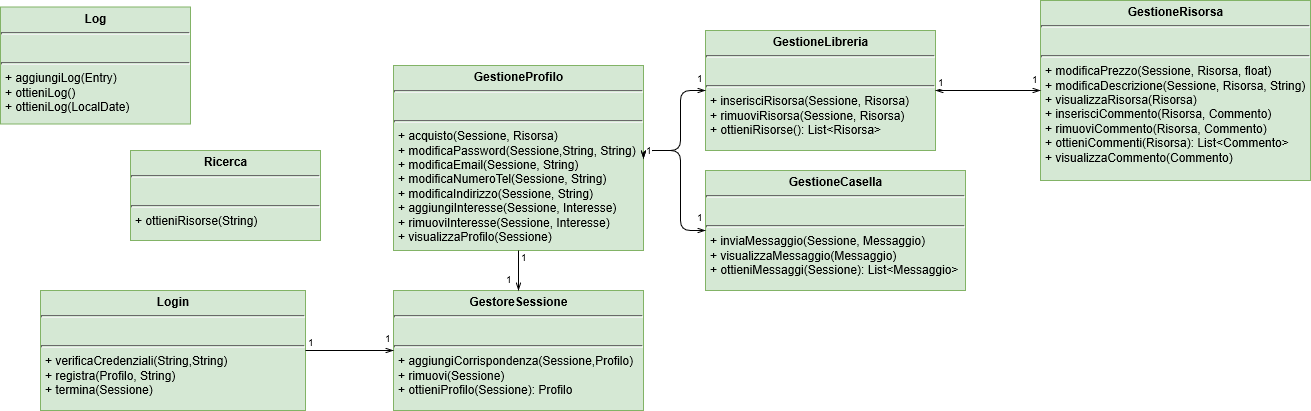
SundavarBlaka/Alexandria keeps this draw.io diagram as Progetto Dettaglio Alexandria/dettaglioServer .png. Above is the earlier version. Source tidied: cells renumbered, new cells last; positions are measured from the earlier drawing's top-left corner, leaving out a move shared by most shapes. Source of this version:
```xml
<mxGraphModel>
  <root>
    <mxCell id="0" />
    <mxCell id="1" parent="0" />
    <mxCell id="2" value="&lt;p style=&quot;margin: 0px ; margin-top: 4px ; text-align: center&quot;&gt;&lt;b&gt;GestioneProfilo&lt;/b&gt;&lt;/p&gt;&lt;hr size=&quot;1&quot;&gt;&lt;p style=&quot;margin: 0px ; margin-left: 4px&quot;&gt;&lt;br&gt;&lt;/p&gt;&lt;hr size=&quot;1&quot;&gt;&lt;p style=&quot;margin: 0px ; margin-left: 4px&quot;&gt;+ acquisto(Sessione, Risorsa)&lt;/p&gt;&lt;p style=&quot;margin: 0px ; margin-left: 4px&quot;&gt;+ modificaPassword(Sessione,String, String)&lt;/p&gt;&lt;p style=&quot;margin: 0px ; margin-left: 4px&quot;&gt;+ modificaEmail(&lt;span&gt;Sessione&lt;/span&gt;, String)&lt;/p&gt;&lt;p style=&quot;margin: 0px ; margin-left: 4px&quot;&gt;+ modificaNumeroTel(&lt;span&gt;Sessione&lt;/span&gt;, String)&lt;/p&gt;&lt;p style=&quot;margin: 0px ; margin-left: 4px&quot;&gt;+ modificaIndirizzo(&lt;span&gt;Sessione&lt;/span&gt;, String)&lt;/p&gt;&lt;p style=&quot;margin: 0px ; margin-left: 4px&quot;&gt;+ aggiungiInteresse(&lt;span&gt;Sessione&lt;/span&gt;, Interesse)&lt;/p&gt;&lt;p style=&quot;margin: 0px ; margin-left: 4px&quot;&gt;+ rimuoviInteresse(&lt;span&gt;Sessione&lt;/span&gt;, Interesse)&lt;/p&gt;&lt;p style=&quot;margin: 0px ; margin-left: 4px&quot;&gt;+ visualizzaProfilo(&lt;span&gt;Sessione&lt;/span&gt;)&lt;/p&gt;" style="verticalAlign=top;align=left;overflow=fill;fontSize=12;fontFamily=Helvetica;html=1;fillColor=#d5e8d4;strokeColor=#82b366;" parent="1" vertex="1">
      <mxGeometry x="393" y="65" width="250" height="185" as="geometry" />
    </mxCell>
    <mxCell id="3" value="&lt;p style=&quot;margin: 0px ; margin-top: 4px ; text-align: center&quot;&gt;&lt;b&gt;GestioneLibreria&lt;/b&gt;&lt;/p&gt;&lt;hr size=&quot;1&quot;&gt;&lt;p style=&quot;margin: 0px ; margin-left: 4px&quot;&gt;&lt;br&gt;&lt;/p&gt;&lt;hr size=&quot;1&quot;&gt;&lt;p style=&quot;margin: 0px ; margin-left: 4px&quot;&gt;+ inserisciRisorsa(&lt;span&gt;Sessione&lt;/span&gt;, Risorsa)&lt;/p&gt;&lt;p style=&quot;margin: 0px ; margin-left: 4px&quot;&gt;+ rimuoviRisorsa(&lt;span&gt;Sessione&lt;/span&gt;, Risorsa)&lt;/p&gt;&lt;p style=&quot;margin: 0px ; margin-left: 4px&quot;&gt;+ ottieniRisorse(): List&amp;lt;Risorsa&amp;gt;&lt;/p&gt;" style="verticalAlign=top;align=left;overflow=fill;fontSize=12;fontFamily=Helvetica;html=1;fillColor=#d5e8d4;strokeColor=#82b366;" parent="1" vertex="1">
      <mxGeometry x="705" y="30" width="230" height="120" as="geometry" />
    </mxCell>
    <mxCell id="4" value="&lt;p style=&quot;margin: 0px ; margin-top: 4px ; text-align: center&quot;&gt;&lt;b&gt;GestioneCasella&lt;/b&gt;&lt;/p&gt;&lt;hr size=&quot;1&quot;&gt;&lt;p style=&quot;margin: 0px ; margin-left: 4px&quot;&gt;&lt;br&gt;&lt;/p&gt;&lt;hr size=&quot;1&quot;&gt;&lt;p style=&quot;margin: 0px ; margin-left: 4px&quot;&gt;+ inviaMessaggio(Sessione, Messaggio)&lt;/p&gt;&lt;p style=&quot;margin: 0px ; margin-left: 4px&quot;&gt;+ visualizzaMessaggio(Messaggio)&lt;/p&gt;&lt;p style=&quot;margin: 0px ; margin-left: 4px&quot;&gt;+ ottieniMessaggi(&lt;span&gt;Sessione&lt;/span&gt;): List&amp;lt;Messaggio&amp;gt;&lt;/p&gt;" style="verticalAlign=top;align=left;overflow=fill;fontSize=12;fontFamily=Helvetica;html=1;fillColor=#d5e8d4;strokeColor=#82b366;" parent="1" vertex="1">
      <mxGeometry x="705" y="170" width="260" height="120" as="geometry" />
    </mxCell>
    <mxCell id="5" value="&lt;p style=&quot;margin: 0px ; margin-top: 4px ; text-align: center&quot;&gt;&lt;b&gt;GestioneRisorsa&lt;/b&gt;&lt;/p&gt;&lt;hr size=&quot;1&quot;&gt;&lt;p style=&quot;margin: 0px ; margin-left: 4px&quot;&gt;&lt;br&gt;&lt;/p&gt;&lt;hr size=&quot;1&quot;&gt;&lt;p style=&quot;margin: 0px ; margin-left: 4px&quot;&gt;+ modificaPrezzo(&lt;span&gt;Sessione&lt;/span&gt;, Risorsa, float)&lt;/p&gt;&lt;p style=&quot;margin: 0px ; margin-left: 4px&quot;&gt;+ modificaDescrizione(&lt;span&gt;Sessione&lt;/span&gt;, Risorsa, String)&lt;/p&gt;&lt;p style=&quot;margin: 0px ; margin-left: 4px&quot;&gt;+ visualizzaRisorsa(Risorsa)&lt;/p&gt;&lt;p style=&quot;margin: 0px ; margin-left: 4px&quot;&gt;+ inserisciCommento(Risorsa, Commento)&lt;/p&gt;&lt;p style=&quot;margin: 0px ; margin-left: 4px&quot;&gt;+ rimuoviCommento(Risorsa, Commento)&lt;/p&gt;&lt;p style=&quot;margin: 0px ; margin-left: 4px&quot;&gt;+ ottieniCommenti(Risorsa): List&amp;lt;Commento&amp;gt;&lt;/p&gt;&lt;p style=&quot;margin: 0px ; margin-left: 4px&quot;&gt;+ visualizzaCommento(Commento)&lt;/p&gt;" style="verticalAlign=top;align=left;overflow=fill;fontSize=12;fontFamily=Helvetica;html=1;fillColor=#d5e8d4;strokeColor=#82b366;" parent="1" vertex="1">
      <mxGeometry x="1040" width="270" height="180" as="geometry" />
    </mxCell>
    <mxCell id="6" style="endArrow=openThin;html=1;edgeStyle=orthogonalEdgeStyle;exitX=1;exitY=0.5;exitDx=0;exitDy=0;entryX=0;entryY=0.5;entryDx=0;entryDy=0;endFill=0;startArrow=openThin;startFill=0;" parent="1" edge="1" source="2" target="3">
      <mxGeometry relative="1" as="geometry">
        <Array as="points">
          <mxPoint x="680" y="150" />
          <mxPoint x="680" y="90" />
        </Array>
      </mxGeometry>
    </mxCell>
    <mxCell id="7" value="1&lt;br&gt;" style="html=1;align=left;verticalAlign=bottom;labelBackgroundColor=#ffffff;fontSize=10;" parent="6" vertex="1">
      <mxGeometry x="-1" relative="1" as="geometry" />
    </mxCell>
    <mxCell id="8" value="1&lt;br&gt;" style="html=1;align=right;verticalAlign=bottom;labelBackgroundColor=#ffffff;fontSize=10;" parent="6" vertex="1">
      <mxGeometry x="1" relative="1" as="geometry">
        <mxPoint y="-4" as="offset" />
      </mxGeometry>
    </mxCell>
    <mxCell id="9" style="endArrow=openThin;html=1;edgeStyle=orthogonalEdgeStyle;exitX=1;exitY=0.5;exitDx=0;exitDy=0;entryX=0;entryY=0.5;entryDx=0;entryDy=0;endFill=0;startArrow=openThin;startFill=0;" parent="1" edge="1" source="2" target="4">
      <mxGeometry relative="1" as="geometry">
        <Array as="points">
          <mxPoint x="680" y="150" />
          <mxPoint x="680" y="230" />
        </Array>
      </mxGeometry>
    </mxCell>
    <mxCell id="10" value="1&lt;br&gt;" style="html=1;align=left;verticalAlign=bottom;labelBackgroundColor=#ffffff;fontSize=10;" parent="9" vertex="1">
      <mxGeometry x="-1" relative="1" as="geometry" />
    </mxCell>
    <mxCell id="11" value="1&lt;br&gt;" style="html=1;align=right;verticalAlign=bottom;labelBackgroundColor=#ffffff;fontSize=10;" parent="9" vertex="1">
      <mxGeometry x="1" relative="1" as="geometry">
        <mxPoint y="-5" as="offset" />
      </mxGeometry>
    </mxCell>
    <mxCell id="12" style="endArrow=openThin;html=1;edgeStyle=orthogonalEdgeStyle;exitX=1;exitY=0.5;exitDx=0;exitDy=0;entryX=0;entryY=0.5;entryDx=0;entryDy=0;endFill=0;startArrow=openThin;startFill=0;" parent="1" edge="1" source="3" target="5">
      <mxGeometry relative="1" as="geometry" />
    </mxCell>
    <mxCell id="13" value="1&lt;br&gt;" style="html=1;align=left;verticalAlign=bottom;labelBackgroundColor=#ffffff;fontSize=10;" parent="12" vertex="1">
      <mxGeometry x="-1" relative="1" as="geometry" />
    </mxCell>
    <mxCell id="14" value="1&lt;br&gt;" style="html=1;align=right;verticalAlign=bottom;labelBackgroundColor=#ffffff;fontSize=10;" parent="12" vertex="1">
      <mxGeometry x="1" relative="1" as="geometry">
        <mxPoint y="-3" as="offset" />
      </mxGeometry>
    </mxCell>
    <mxCell id="15" value="&lt;p style=&quot;margin: 0px ; margin-top: 4px ; text-align: center&quot;&gt;&lt;b&gt;GestoreSessione&lt;/b&gt;&lt;/p&gt;&lt;p style=&quot;margin: 0px ; margin-top: 4px ; text-align: center&quot;&gt;&lt;i&gt;&lt;/i&gt;&lt;/p&gt;&lt;hr size=&quot;1&quot;&gt;&lt;p style=&quot;margin: 0px ; margin-left: 4px&quot;&gt;&lt;br&gt;&lt;/p&gt;&lt;hr size=&quot;1&quot;&gt;&lt;p style=&quot;margin: 0px ; margin-left: 4px&quot;&gt;+ aggiungiCorrispondenza(Sessione,Profilo)&lt;/p&gt;&lt;p style=&quot;margin: 0px ; margin-left: 4px&quot;&gt;+ rimuovi(Sessione)&lt;/p&gt;&lt;p style=&quot;margin: 0px ; margin-left: 4px&quot;&gt;+ ottieniProfilo(Sessione): Profilo&lt;/p&gt;" style="verticalAlign=top;align=left;overflow=fill;fontSize=12;fontFamily=Helvetica;html=1;fillColor=#d5e8d4;strokeColor=#82b366;" parent="1" vertex="1">
      <mxGeometry x="393" y="290" width="250" height="120" as="geometry" />
    </mxCell>
    <mxCell id="16" value="&lt;p style=&quot;margin: 0px ; margin-top: 4px ; text-align: center&quot;&gt;&lt;b&gt;Ricerca&lt;/b&gt;&lt;/p&gt;&lt;hr size=&quot;1&quot;&gt;&lt;p style=&quot;margin: 0px ; margin-left: 4px&quot;&gt;&lt;br&gt;&lt;/p&gt;&lt;hr size=&quot;1&quot;&gt;&lt;p style=&quot;margin: 0px ; margin-left: 4px&quot;&gt;+ ottieniRisorse(String)&lt;/p&gt;" style="verticalAlign=top;align=left;overflow=fill;fontSize=12;fontFamily=Helvetica;html=1;fillColor=#d5e8d4;strokeColor=#82b366;" parent="1" vertex="1">
      <mxGeometry x="130" y="150" width="190" height="90" as="geometry" />
    </mxCell>
    <mxCell id="17" value="&lt;p style=&quot;margin: 0px ; margin-top: 4px ; text-align: center&quot;&gt;&lt;b&gt;Login&lt;/b&gt;&lt;/p&gt;&lt;hr size=&quot;1&quot;&gt;&lt;p style=&quot;margin: 0px ; margin-left: 4px&quot;&gt;&lt;br&gt;&lt;/p&gt;&lt;hr size=&quot;1&quot;&gt;&lt;p style=&quot;margin: 0px ; margin-left: 4px&quot;&gt;+ verificaCredenziali(String,String)&lt;/p&gt;&lt;p style=&quot;margin: 0px ; margin-left: 4px&quot;&gt;&lt;span&gt;+ registra(Profilo, String)&lt;/span&gt;&lt;br&gt;&lt;/p&gt;&lt;p style=&quot;margin: 0px ; margin-left: 4px&quot;&gt;+ termina(Sessione)&lt;/p&gt;" style="verticalAlign=top;align=left;overflow=fill;fontSize=12;fontFamily=Helvetica;html=1;fillColor=#d5e8d4;strokeColor=#82b366;" parent="1" vertex="1">
      <mxGeometry x="40" y="290" width="265" height="120" as="geometry" />
    </mxCell>
    <mxCell id="18" style="endArrow=openThin;html=1;edgeStyle=orthogonalEdgeStyle;exitX=1;exitY=0.5;exitDx=0;exitDy=0;entryX=0;entryY=0.5;entryDx=0;entryDy=0;endFill=0;" parent="1" edge="1" source="17" target="15">
      <mxGeometry relative="1" as="geometry" />
    </mxCell>
    <mxCell id="19" value="1&lt;br&gt;" style="html=1;align=left;verticalAlign=bottom;labelBackgroundColor=#ffffff;fontSize=10;" parent="18" vertex="1">
      <mxGeometry x="-1" relative="1" as="geometry" />
    </mxCell>
    <mxCell id="20" value="1&lt;br&gt;" style="html=1;align=right;verticalAlign=bottom;labelBackgroundColor=#ffffff;fontSize=10;" parent="18" vertex="1">
      <mxGeometry x="1" relative="1" as="geometry">
        <mxPoint y="-4" as="offset" />
      </mxGeometry>
    </mxCell>
    <mxCell id="21" style="endArrow=openThin;html=1;edgeStyle=orthogonalEdgeStyle;exitX=0.5;exitY=1;exitDx=0;exitDy=0;entryX=0.5;entryY=0;entryDx=0;entryDy=0;endFill=0;" parent="1" edge="1" source="2" target="15">
      <mxGeometry relative="1" as="geometry" />
    </mxCell>
    <mxCell id="22" value="1&lt;br&gt;" style="html=1;align=left;verticalAlign=bottom;labelBackgroundColor=#ffffff;fontSize=10;" parent="21" vertex="1">
      <mxGeometry x="-1" relative="1" as="geometry">
        <mxPoint y="15" as="offset" />
      </mxGeometry>
    </mxCell>
    <mxCell id="23" value="1&lt;br&gt;" style="html=1;align=right;verticalAlign=bottom;labelBackgroundColor=#ffffff;fontSize=10;" parent="21" vertex="1">
      <mxGeometry x="1" relative="1" as="geometry">
        <mxPoint x="-4" y="-3" as="offset" />
      </mxGeometry>
    </mxCell>
    <mxCell id="24" value="&lt;p style=&quot;margin: 0px ; margin-top: 4px ; text-align: center&quot;&gt;&lt;b&gt;Log&lt;/b&gt;&lt;/p&gt;&lt;hr size=&quot;1&quot;&gt;&lt;p style=&quot;margin: 0px ; margin-left: 4px&quot;&gt;&lt;br&gt;&lt;/p&gt;&lt;hr size=&quot;1&quot;&gt;&lt;p style=&quot;margin: 0px ; margin-left: 4px&quot;&gt;+ aggiungiLog(Entry)&lt;/p&gt;&lt;p style=&quot;margin: 0px ; margin-left: 4px&quot;&gt;+ ottieniLog()&lt;/p&gt;&lt;p style=&quot;margin: 0px ; margin-left: 4px&quot;&gt;+ ottieniLog(LocalDate)&lt;/p&gt;" style="verticalAlign=top;align=left;overflow=fill;fontSize=12;fontFamily=Helvetica;html=1;fillColor=#d5e8d4;strokeColor=#82b366;" parent="1" vertex="1">
      <mxGeometry y="6.5" width="190" height="117" as="geometry" />
    </mxCell>
  </root>
</mxGraphModel>
```
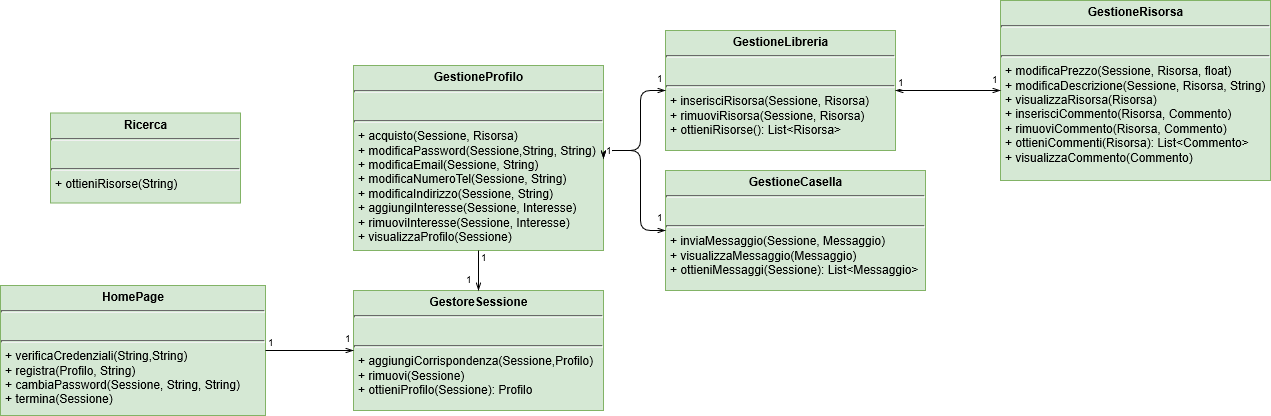
Above is the later version.

Change to the diagram source:
```diff
@@ -61,10 +61,10 @@
       <mxGeometry x="393" y="290" width="250" height="120" as="geometry" />
     </mxCell>
     <mxCell id="16" value="&lt;p style=&quot;margin: 0px ; margin-top: 4px ; text-align: center&quot;&gt;&lt;b&gt;Ricerca&lt;/b&gt;&lt;/p&gt;&lt;hr size=&quot;1&quot;&gt;&lt;p style=&quot;margin: 0px ; margin-left: 4px&quot;&gt;&lt;br&gt;&lt;/p&gt;&lt;hr size=&quot;1&quot;&gt;&lt;p style=&quot;margin: 0px ; margin-left: 4px&quot;&gt;+ ottieniRisorse(String)&lt;/p&gt;" style="verticalAlign=top;align=left;overflow=fill;fontSize=12;fontFamily=Helvetica;html=1;fillColor=#d5e8d4;strokeColor=#82b366;" parent="1" vertex="1">
-      <mxGeometry x="130" y="150" width="190" height="90" as="geometry" />
+      <mxGeometry x="90" y="112.5" width="190" height="90" as="geometry" />
     </mxCell>
-    <mxCell id="17" value="&lt;p style=&quot;margin: 0px ; margin-top: 4px ; text-align: center&quot;&gt;&lt;b&gt;Login&lt;/b&gt;&lt;/p&gt;&lt;hr size=&quot;1&quot;&gt;&lt;p style=&quot;margin: 0px ; margin-left: 4px&quot;&gt;&lt;br&gt;&lt;/p&gt;&lt;hr size=&quot;1&quot;&gt;&lt;p style=&quot;margin: 0px ; margin-left: 4px&quot;&gt;+ verificaCredenziali(String,String)&lt;/p&gt;&lt;p style=&quot;margin: 0px ; margin-left: 4px&quot;&gt;&lt;span&gt;+ registra(Profilo, String)&lt;/span&gt;&lt;br&gt;&lt;/p&gt;&lt;p style=&quot;margin: 0px ; margin-left: 4px&quot;&gt;+ termina(Sessione)&lt;/p&gt;" style="verticalAlign=top;align=left;overflow=fill;fontSize=12;fontFamily=Helvetica;html=1;fillColor=#d5e8d4;strokeColor=#82b366;" parent="1" vertex="1">
-      <mxGeometry x="40" y="290" width="265" height="120" as="geometry" />
+    <mxCell id="17" value="&lt;p style=&quot;margin: 0px ; margin-top: 4px ; text-align: center&quot;&gt;&lt;b&gt;HomePage&lt;/b&gt;&lt;/p&gt;&lt;hr size=&quot;1&quot;&gt;&lt;p style=&quot;margin: 0px ; margin-left: 4px&quot;&gt;&lt;br&gt;&lt;/p&gt;&lt;hr size=&quot;1&quot;&gt;&lt;p style=&quot;margin: 0px ; margin-left: 4px&quot;&gt;+ verificaCredenziali(String,String)&lt;/p&gt;&lt;p style=&quot;margin: 0px ; margin-left: 4px&quot;&gt;&lt;span&gt;+ registra(Profilo, String)&lt;/span&gt;&lt;/p&gt;&lt;p style=&quot;margin: 0px ; margin-left: 4px&quot;&gt;+ cambiaPassword(Sessione, String, String)&lt;/p&gt;&lt;p style=&quot;margin: 0px ; margin-left: 4px&quot;&gt;+ termina(Sessione)&lt;/p&gt;" style="verticalAlign=top;align=left;overflow=fill;fontSize=12;fontFamily=Helvetica;html=1;fillColor=#d5e8d4;strokeColor=#82b366;" parent="1" vertex="1">
+      <mxGeometry x="40" y="285" width="265" height="130" as="geometry" />
     </mxCell>
     <mxCell id="18" style="endArrow=openThin;html=1;edgeStyle=orthogonalEdgeStyle;exitX=1;exitY=0.5;exitDx=0;exitDy=0;entryX=0;entryY=0.5;entryDx=0;entryDy=0;endFill=0;" parent="1" edge="1" source="17" target="15">
       <mxGeometry relative="1" as="geometry" />
@@ -90,8 +90,5 @@
         <mxPoint x="-4" y="-3" as="offset" />
       </mxGeometry>
     </mxCell>
-    <mxCell id="24" value="&lt;p style=&quot;margin: 0px ; margin-top: 4px ; text-align: center&quot;&gt;&lt;b&gt;Log&lt;/b&gt;&lt;/p&gt;&lt;hr size=&quot;1&quot;&gt;&lt;p style=&quot;margin: 0px ; margin-left: 4px&quot;&gt;&lt;br&gt;&lt;/p&gt;&lt;hr size=&quot;1&quot;&gt;&lt;p style=&quot;margin: 0px ; margin-left: 4px&quot;&gt;+ aggiungiLog(Entry)&lt;/p&gt;&lt;p style=&quot;margin: 0px ; margin-left: 4px&quot;&gt;+ ottieniLog()&lt;/p&gt;&lt;p style=&quot;margin: 0px ; margin-left: 4px&quot;&gt;+ ottieniLog(LocalDate)&lt;/p&gt;" style="verticalAlign=top;align=left;overflow=fill;fontSize=12;fontFamily=Helvetica;html=1;fillColor=#d5e8d4;strokeColor=#82b366;" parent="1" vertex="1">
-      <mxGeometry y="6.5" width="190" height="117" as="geometry" />
-    </mxCell>
   </root>
 </mxGraphModel>
```
